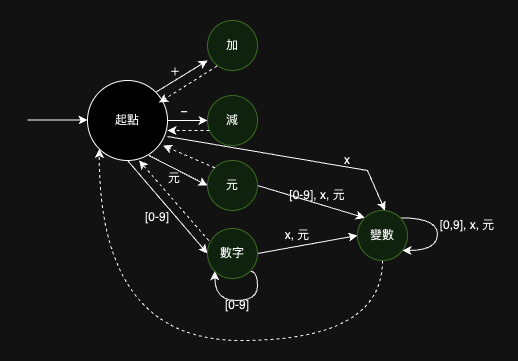
This is book/image/零・一版分詞狀態機.png from MROS/compiler_tutorial, a draw.io export, as it was before one commit. Source tidied: cells renumbered, new cells last; positions are measured from the earlier drawing's top-left corner, leaving out a move shared by most shapes.
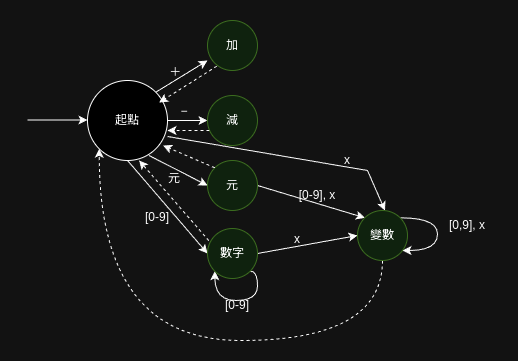
After the change.

Diff of the diagram source:
```diff
@@ -113,13 +113,13 @@
     <mxCell id="27" value="變數" style="ellipse;whiteSpace=wrap;html=1;fillColor=#d5e8d4;strokeColor=#82b366;" parent="1" vertex="1">
       <mxGeometry x="330" y="190" width="50" height="50" as="geometry" />
     </mxCell>
-    <mxCell id="28" value="[0,9], x, 元" style="text;html=1;align=center;verticalAlign=middle;whiteSpace=wrap;rounded=0;" parent="1" vertex="1">
+    <mxCell id="28" value="[0,9], x" style="text;html=1;align=center;verticalAlign=middle;whiteSpace=wrap;rounded=0;" parent="1" vertex="1">
       <mxGeometry x="410" y="190" width="60" height="30" as="geometry" />
     </mxCell>
-    <mxCell id="29" value="x, 元" style="text;html=1;align=center;verticalAlign=middle;whiteSpace=wrap;rounded=0;" parent="1" vertex="1">
-      <mxGeometry x="240" y="200" width="60" height="30" as="geometry" />
+    <mxCell id="29" value="x" style="text;html=1;align=center;verticalAlign=middle;whiteSpace=wrap;rounded=0;" parent="1" vertex="1">
+      <mxGeometry x="250" y="204" width="40" height="30" as="geometry" />
     </mxCell>
-    <mxCell id="30" value="[0-9], x, 元" style="text;html=1;align=center;verticalAlign=middle;whiteSpace=wrap;rounded=0;" parent="1" vertex="1">
+    <mxCell id="30" value="[0-9], x" style="text;html=1;align=center;verticalAlign=middle;whiteSpace=wrap;rounded=0;" parent="1" vertex="1">
       <mxGeometry x="260" y="160" width="60" height="30" as="geometry" />
     </mxCell>
     <mxCell id="31" value="x" style="text;html=1;align=center;verticalAlign=middle;whiteSpace=wrap;rounded=0;" parent="1" vertex="1">
```
